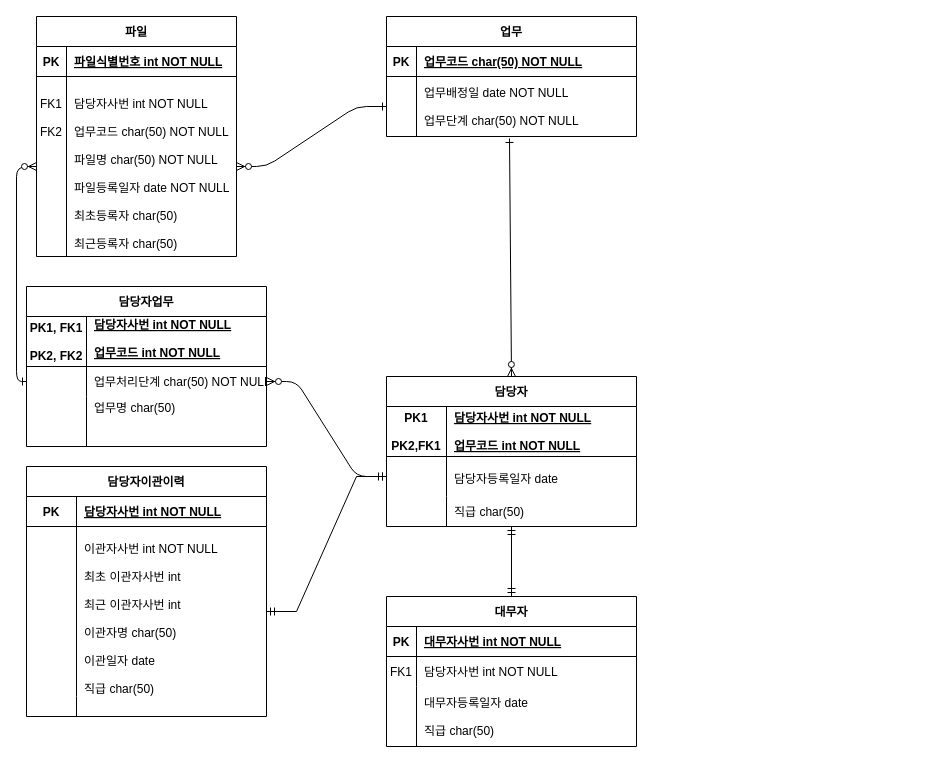
corrvax/toby keeps this draw.io diagram as page "페이지-2" (2 of 2) of core_ERD.drawio. Above is the earlier version. Source tidied: cells renumbered, new cells numbered last; positions are measured from the earlier drawing's top-left corner, leaving out a move shared by most shapes. Both pictures are drawn from the tidied source at 100%, with x=0, y=0 at pixel (26, 16).
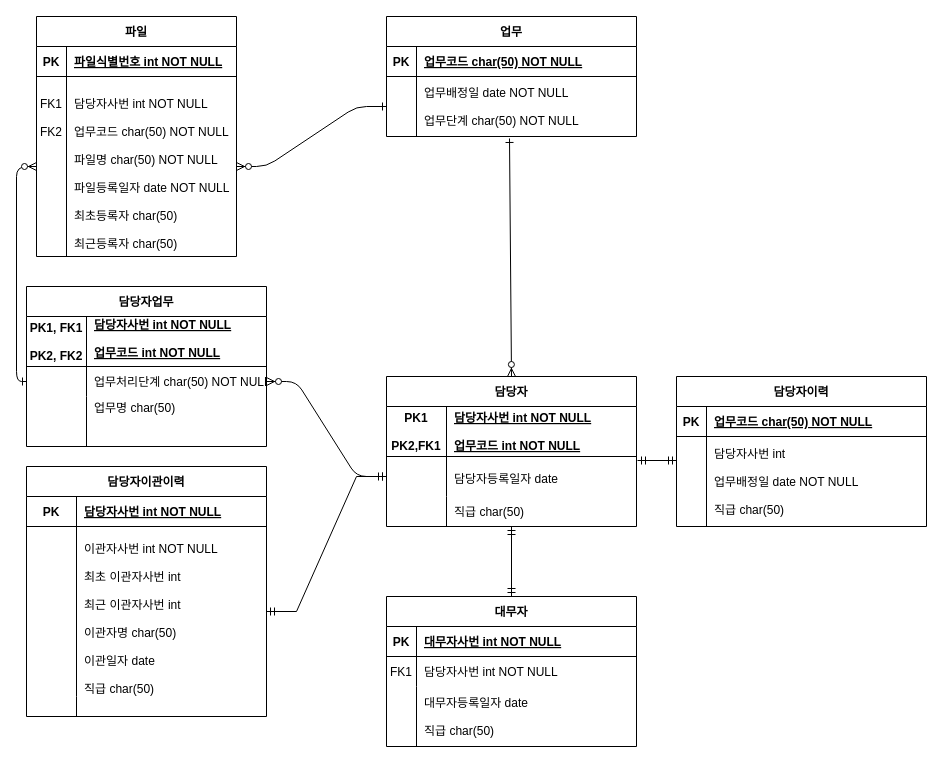
After the change.

Unchanged cells that the change refers to:
```xml
<mxCell id="14" style="shape=partialRectangle;fillColor=none;points=[[0,0.5],[1,0.5]];portConstraint=eastwest;top=0;left=0;right=0;bottom=0;" parent="10" vertex="1">
  <mxGeometry y="80" width="250" height="40" as="geometry" />
</mxCell>
```

Diff of the diagram source:
```diff
@@
+    <mxCell id="62" value="담당자이력" style="shape=table;startSize=30;childLayout=tableLayout;rowLines=0;fontStyle=1;align=center;" parent="1" vertex="1">
+      <mxGeometry x="650" y="360" width="250" height="150" as="geometry" />
+    </mxCell>
+    <mxCell id="63" style="shape=partialRectangle;fillColor=none;top=0;left=0;right=0;bottom=1;" parent="62" vertex="1">
+      <mxGeometry y="30" width="250" height="30" as="geometry" />
+    </mxCell>
+    <mxCell id="64" value="PK" style="shape=partialRectangle;overflow=hidden;fillColor=none;top=0;left=0;bottom=0;right=0;fontStyle=1;" parent="63" vertex="1">
+      <mxGeometry width="30" height="30" as="geometry" />
+    </mxCell>
+    <mxCell id="65" value="업무코드 char(50) NOT NULL " style="shape=partialRectangle;overflow=hidden;fillColor=none;top=0;left=0;bottom=0;right=0;align=left;spacingLeft=6;fontStyle=5;" parent="63" vertex="1">
+      <mxGeometry x="30" width="220" height="30" as="geometry" />
+    </mxCell>
+    <mxCell id="66" style="shape=partialRectangle;fillColor=none;top=0;left=0;right=0;bottom=0;" parent="62" vertex="1">
+      <mxGeometry y="60" width="250" height="90" as="geometry" />
+    </mxCell>
+    <mxCell id="67" value="&#10;&#10;&#10;" style="shape=partialRectangle;overflow=hidden;fillColor=none;top=0;left=0;bottom=0;right=0;" parent="66" vertex="1">
+      <mxGeometry width="30" height="90" as="geometry" />
+    </mxCell>
+    <mxCell id="68" value="담당자사번 int &#10;&#10;업무배정일 date NOT NULL&#10;&#10;직급 char(50)" style="shape=partialRectangle;overflow=hidden;fillColor=none;top=0;left=0;bottom=0;right=0;align=left;spacingLeft=6;" parent="66" vertex="1">
+      <mxGeometry x="30" width="220" height="90" as="geometry" />
+    </mxCell>
+    <mxCell id="69" style="fontSize=12;html=1;endArrow=ERmandOne;startArrow=ERmandOne;rounded=0;entryX=1.004;entryY=0.1;entryDx=0;entryDy=0;entryPerimeter=0;" parent="1" edge="1" target="14">
+      <mxGeometry relative="1" as="geometry">
+        <mxPoint x="650" y="444" as="sourcePoint" />
+      </mxGeometry>
+    </mxCell>
```
